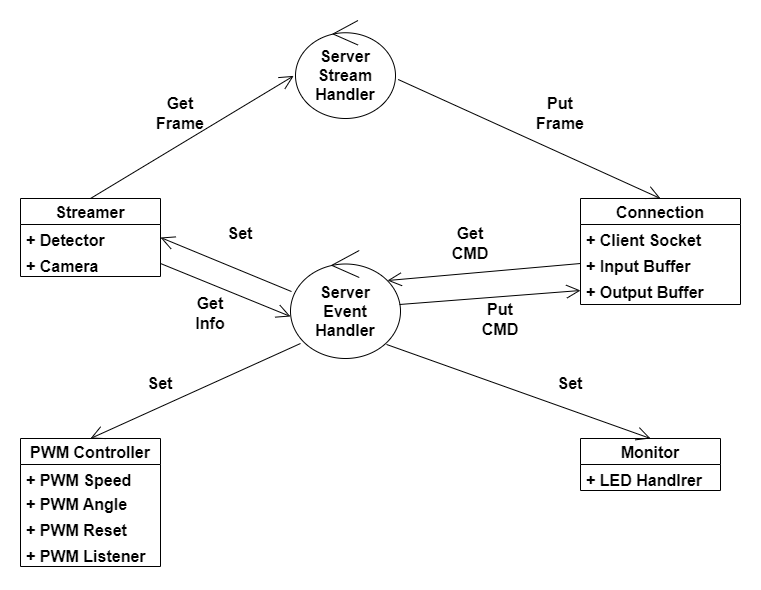
Above: docs/SoftwareArchitecture.png in k4Y53N/Server2 (draw.io), before the change. Source tidied: cells renumbered, new cells last; positions are measured from the earlier drawing's top-left corner, leaving out a move shared by most shapes.
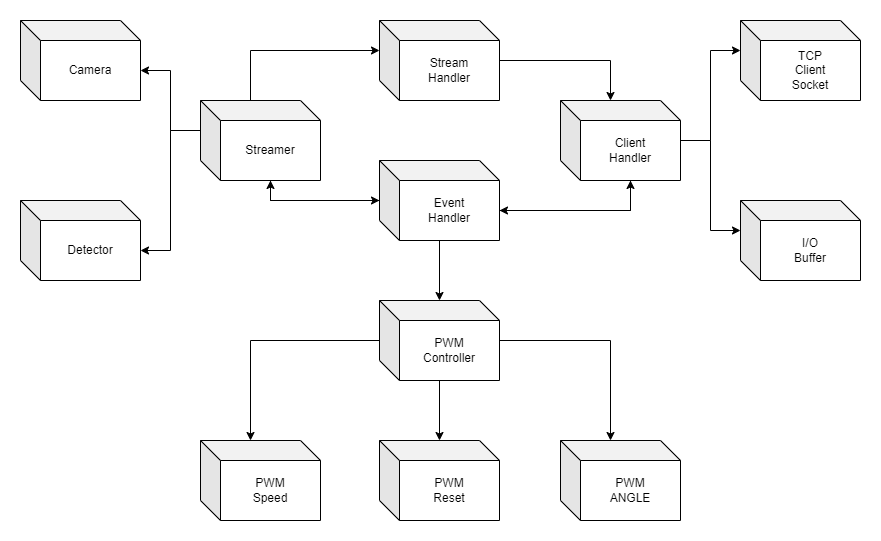
The same diagram one commit later.

Commit message:
remake software architecture picture 	modified:   docs/SoftwareArchitecture.png

Change to the diagram source:
```diff
@@ -2,101 +2,83 @@
   <root>
     <mxCell id="0" />
     <mxCell id="1" parent="0" />
-    <mxCell id="2" value="Connection" style="swimlane;fontStyle=1;horizontal=1;startSize=26;fillColor=none;fontSize=16;" parent="1" vertex="1">
-      <mxGeometry x="560" y="178" width="160" height="106" as="geometry" />
-    </mxCell>
-    <mxCell id="3" value="+ Client Socket" style="text;strokeColor=none;fillColor=none;align=left;verticalAlign=top;spacingLeft=4;spacingRight=4;overflow=hidden;fontSize=16;fontStyle=1;" parent="2" vertex="1">
-      <mxGeometry y="26" width="160" height="26" as="geometry" />
-    </mxCell>
-    <mxCell id="4" value="+ Input Buffer" style="text;strokeColor=none;fillColor=none;align=left;verticalAlign=top;spacingLeft=4;spacingRight=4;overflow=hidden;points=[[0,0.5],[1,0.5]];portConstraint=eastwest;fontStyle=1;fontSize=16;" parent="2" vertex="1">
-      <mxGeometry y="52" width="160" height="26" as="geometry" />
-    </mxCell>
-    <mxCell id="5" value="+ Output Buffer" style="text;strokeColor=none;fillColor=none;align=left;verticalAlign=top;spacingLeft=4;spacingRight=4;overflow=hidden;points=[[0,0.5],[1,0.5]];portConstraint=eastwest;fontStyle=1;fontSize=16;" parent="2" vertex="1">
-      <mxGeometry y="78" width="160" height="28" as="geometry" />
-    </mxCell>
+    <mxCell id="34" style="edgeStyle=orthogonalEdgeStyle;rounded=0;jettySize=auto;html=1;" parent="1" edge="1" source="37" target="9">
+      <mxGeometry relative="1" as="geometry" />
+    </mxCell>
+    <mxCell id="35" style="edgeStyle=orthogonalEdgeStyle;rounded=0;jettySize=auto;html=1;exitX=0;exitY=0;exitDx=120;exitDy=50;exitPerimeter=0;entryX=0;entryY=0;entryDx=70;entryDy=80;entryPerimeter=0;" parent="1" edge="1" source="37" target="43">
+      <mxGeometry relative="1" as="geometry" />
+    </mxCell>
+    <mxCell id="36" style="edgeStyle=orthogonalEdgeStyle;rounded=0;jettySize=auto;html=1;entryX=0;entryY=0;entryDx=70;entryDy=80;entryPerimeter=0;" parent="1" edge="1" source="37" target="6">
+      <mxGeometry relative="1" as="geometry" />
+    </mxCell>
+    <mxCell id="37" value="Event&lt;br&gt;Handler" style="shape=cube;whiteSpace=wrap;html=1;boundedLbl=1;backgroundOutline=1;darkOpacity=0.05;darkOpacity2=0.1;" parent="1" vertex="1">
+      <mxGeometry x="259" y="178" width="120" height="80" as="geometry" />
+    </mxCell>
+    <mxCell id="38" style="edgeStyle=orthogonalEdgeStyle;rounded=0;jettySize=auto;html=1;entryX=0;entryY=0;entryDx=50;entryDy=0;entryPerimeter=0;" parent="1" edge="1" source="39" target="43">
+      <mxGeometry relative="1" as="geometry" />
+    </mxCell>
+    <mxCell id="39" value="Stream&lt;br&gt;Handler" style="shape=cube;whiteSpace=wrap;html=1;boundedLbl=1;backgroundOutline=1;darkOpacity=0.05;darkOpacity2=0.1;" parent="1" vertex="1">
+      <mxGeometry x="259" y="38" width="120" height="80" as="geometry" />
+    </mxCell>
+    <mxCell id="40" style="edgeStyle=orthogonalEdgeStyle;rounded=0;jettySize=auto;html=1;exitX=0;exitY=0;exitDx=70;exitDy=80;exitPerimeter=0;entryX=0;entryY=0;entryDx=120;entryDy=50;entryPerimeter=0;" parent="1" edge="1" source="43" target="37">
+      <mxGeometry relative="1" as="geometry" />
+    </mxCell>
+    <mxCell id="41" style="edgeStyle=orthogonalEdgeStyle;rounded=0;jettySize=auto;html=1;entryX=0;entryY=0;entryDx=0;entryDy=30;entryPerimeter=0;" parent="1" edge="1" source="43" target="44">
+      <mxGeometry relative="1" as="geometry" />
+    </mxCell>
+    <mxCell id="42" style="edgeStyle=orthogonalEdgeStyle;rounded=0;jettySize=auto;html=1;entryX=0;entryY=0;entryDx=0;entryDy=30;entryPerimeter=0;" parent="1" edge="1" source="43" target="45">
+      <mxGeometry relative="1" as="geometry" />
+    </mxCell>
+    <mxCell id="43" value="Client&lt;br&gt;Handler" style="shape=cube;whiteSpace=wrap;html=1;boundedLbl=1;backgroundOutline=1;darkOpacity=0.05;darkOpacity2=0.1;" parent="1" vertex="1">
+      <mxGeometry x="440" y="118" width="120" height="80" as="geometry" />
+    </mxCell>
+    <mxCell id="44" value="TCP&lt;br&gt;Client&lt;br&gt;Socket" style="shape=cube;whiteSpace=wrap;html=1;boundedLbl=1;backgroundOutline=1;darkOpacity=0.05;darkOpacity2=0.1;" parent="1" vertex="1">
+      <mxGeometry x="620" y="38" width="120" height="80" as="geometry" />
+    </mxCell>
+    <mxCell id="45" value="I/O&lt;br&gt;Buffer" style="shape=cube;whiteSpace=wrap;html=1;boundedLbl=1;backgroundOutline=1;darkOpacity=0.05;darkOpacity2=0.1;" parent="1" vertex="1">
+      <mxGeometry x="620" y="218" width="120" height="80" as="geometry" />
+    </mxCell>
+    <mxCell id="46" style="edgeStyle=orthogonalEdgeStyle;rounded=0;jettySize=auto;html=1;entryX=0;entryY=0;entryDx=50;entryDy=0;entryPerimeter=0;" parent="1" edge="1" source="9" target="49">
+      <mxGeometry relative="1" as="geometry" />
+    </mxCell>
+    <mxCell id="47" style="edgeStyle=orthogonalEdgeStyle;rounded=0;jettySize=auto;html=1;entryX=0;entryY=0;entryDx=50;entryDy=0;entryPerimeter=0;" parent="1" edge="1" source="9" target="50">
+      <mxGeometry relative="1" as="geometry" />
+    </mxCell>
+    <mxCell id="48" style="edgeStyle=orthogonalEdgeStyle;rounded=0;jettySize=auto;html=1;" parent="1" edge="1" source="9" target="51">
+      <mxGeometry relative="1" as="geometry" />
+    </mxCell>
+    <mxCell id="9" value="PWM&lt;br&gt;Controller" style="shape=cube;whiteSpace=wrap;html=1;boundedLbl=1;backgroundOutline=1;darkOpacity=0.05;darkOpacity2=0.1;" parent="1" vertex="1">
+      <mxGeometry x="259" y="318" width="120" height="80" as="geometry" />
+    </mxCell>
+    <mxCell id="49" value="PWM&lt;br&gt;Speed" style="shape=cube;whiteSpace=wrap;html=1;boundedLbl=1;backgroundOutline=1;darkOpacity=0.05;darkOpacity2=0.1;" parent="1" vertex="1">
+      <mxGeometry x="80" y="458" width="120" height="80" as="geometry" />
+    </mxCell>
+    <mxCell id="50" value="PWM&lt;br&gt;ANGLE" style="shape=cube;whiteSpace=wrap;html=1;boundedLbl=1;backgroundOutline=1;darkOpacity=0.05;darkOpacity2=0.1;" parent="1" vertex="1">
+      <mxGeometry x="440" y="458" width="120" height="80" as="geometry" />
+    </mxCell>
+    <mxCell id="51" value="PWM&lt;br&gt;Reset" style="shape=cube;whiteSpace=wrap;html=1;boundedLbl=1;backgroundOutline=1;darkOpacity=0.05;darkOpacity2=0.1;" parent="1" vertex="1">
+      <mxGeometry x="259" y="458" width="120" height="80" as="geometry" />
+    </mxCell>
+    <mxCell id="52" style="edgeStyle=orthogonalEdgeStyle;rounded=0;jettySize=auto;html=1;exitX=0;exitY=0;exitDx=50;exitDy=0;exitPerimeter=0;entryX=0;entryY=0;entryDx=0;entryDy=30;entryPerimeter=0;" parent="1" edge="1" source="6" target="39">
+      <mxGeometry relative="1" as="geometry" />
+    </mxCell>
+    <mxCell id="53" style="edgeStyle=orthogonalEdgeStyle;rounded=0;jettySize=auto;html=1;exitX=0;exitY=0;exitDx=0;exitDy=30;exitPerimeter=0;entryX=0;entryY=0;entryDx=120;entryDy=50;entryPerimeter=0;" parent="1" edge="1" source="6" target="56">
+      <mxGeometry relative="1" as="geometry" />
+    </mxCell>
+    <mxCell id="54" style="edgeStyle=orthogonalEdgeStyle;rounded=0;jettySize=auto;html=1;exitX=0;exitY=0;exitDx=0;exitDy=30;exitPerimeter=0;entryX=0;entryY=0;entryDx=120;entryDy=50;entryPerimeter=0;" parent="1" edge="1" source="6" target="57">
+      <mxGeometry relative="1" as="geometry" />
+    </mxCell>
+    <mxCell id="55" style="edgeStyle=orthogonalEdgeStyle;rounded=0;jettySize=auto;html=1;exitX=0;exitY=0;exitDx=70;exitDy=80;exitPerimeter=0;" parent="1" edge="1" source="6" target="37">
+      <mxGeometry relative="1" as="geometry" />
+    </mxCell>
-    <mxCell id="6" value="Streamer" style="swimlane;fontStyle=1;horizontal=1;startSize=26;fillColor=none;fontSize=16;" parent="1" vertex="1">
-      <mxGeometry y="178" width="140" height="78" as="geometry" />
+    <mxCell id="6" value="Streamer" style="shape=cube;whiteSpace=wrap;html=1;boundedLbl=1;backgroundOutline=1;darkOpacity=0.05;darkOpacity2=0.1;" parent="1" vertex="1">
+      <mxGeometry x="80" y="118" width="120" height="80" as="geometry" />
     </mxCell>
-    <mxCell id="7" value="+ Detector" style="text;strokeColor=none;fillColor=none;align=left;verticalAlign=top;spacingLeft=4;spacingRight=4;overflow=hidden;points=[[0,0.5],[1,0.5]];portConstraint=eastwest;fontSize=16;fontStyle=1;" parent="6" vertex="1">
-      <mxGeometry y="26" width="140" height="26" as="geometry" />
-    </mxCell>
-    <mxCell id="8" value="+ Camera" style="text;strokeColor=none;fillColor=none;align=left;verticalAlign=top;spacingLeft=4;spacingRight=4;overflow=hidden;points=[[0,0.5],[1,0.5]];portConstraint=eastwest;fontSize=16;fontStyle=1;" parent="6" vertex="1">
-      <mxGeometry y="52" width="140" height="26" as="geometry" />
-    </mxCell>
-    <mxCell id="9" value="PWM Controller" style="swimlane;fontStyle=1;horizontal=1;startSize=26;fillColor=none;fontSize=16;" parent="1" vertex="1">
-      <mxGeometry y="418" width="140" height="128" as="geometry" />
-    </mxCell>
-    <mxCell id="10" value="+ PWM Speed" style="text;strokeColor=none;fillColor=none;align=left;verticalAlign=top;spacingLeft=4;spacingRight=4;overflow=hidden;fontSize=16;fontStyle=1;" parent="9" vertex="1">
-      <mxGeometry y="26" width="140" height="24" as="geometry" />
-    </mxCell>
-    <mxCell id="11" value="+ PWM Angle" style="text;strokeColor=none;fillColor=none;align=left;verticalAlign=top;spacingLeft=4;spacingRight=4;overflow=hidden;fontSize=16;fontStyle=1;" parent="9" vertex="1">
-      <mxGeometry y="50" width="140" height="26" as="geometry" />
-    </mxCell>
-    <mxCell id="12" value="+ PWM Reset" style="text;strokeColor=none;fillColor=none;align=left;verticalAlign=top;spacingLeft=4;spacingRight=4;overflow=hidden;fontSize=16;fontStyle=1;" parent="9" vertex="1">
-      <mxGeometry y="76" width="140" height="26" as="geometry" />
-    </mxCell>
-    <mxCell id="13" value="+ PWM Listener" style="text;strokeColor=none;fillColor=none;align=left;verticalAlign=top;spacingLeft=4;spacingRight=4;overflow=hidden;fontSize=16;fontStyle=1;" parent="9" vertex="1">
-      <mxGeometry y="102" width="140" height="26" as="geometry" />
-    </mxCell>
-    <mxCell id="14" value="Monitor" style="swimlane;fontStyle=1;horizontal=1;startSize=26;fillColor=none;fontSize=16;" parent="1" vertex="1">
-      <mxGeometry x="560" y="418" width="140" height="52" as="geometry" />
-    </mxCell>
-    <mxCell id="15" value="+ LED Handlrer" style="text;strokeColor=none;fillColor=none;align=left;verticalAlign=top;spacingLeft=4;spacingRight=4;overflow=hidden;fontSize=16;fontStyle=1;" parent="14" vertex="1">
-      <mxGeometry y="26" width="140" height="26" as="geometry" />
-    </mxCell>
-    <mxCell id="16" value="&lt;b&gt;Server&lt;br&gt;Event&lt;br&gt;Handler&lt;/b&gt;" style="ellipse;shape=umlControl;whiteSpace=wrap;html=1;fontSize=16;" parent="1" vertex="1">
-      <mxGeometry x="270" y="230" width="110" height="108" as="geometry" />
-    </mxCell>
-    <mxCell id="17" value="&lt;b&gt;Server&lt;br&gt;Stream&lt;br&gt;Handler&lt;/b&gt;" style="ellipse;shape=umlControl;whiteSpace=wrap;html=1;fontSize=16;" parent="1" vertex="1">
-      <mxGeometry x="275" width="100" height="98" as="geometry" />
-    </mxCell>
-    <mxCell id="18" style="endArrow=open;endFill=1;endSize=12;html=1;rounded=0;fontSize=16;entryX=-0.018;entryY=0.565;entryDx=0;entryDy=0;entryPerimeter=0;exitX=0.5;exitY=0;exitDx=0;exitDy=0;" parent="1" edge="1" source="6" target="17">
-      <mxGeometry relative="1" as="geometry" />
-    </mxCell>
-    <mxCell id="19" value="&lt;b&gt;Get Frame&lt;br&gt;&lt;/b&gt;" style="text;html=1;strokeColor=none;fillColor=none;align=center;verticalAlign=middle;whiteSpace=wrap;rounded=0;fontSize=16;" parent="1" vertex="1">
-      <mxGeometry x="130" y="78" width="60" height="30" as="geometry" />
-    </mxCell>
-    <mxCell id="20" style="endArrow=open;endFill=1;endSize=12;html=1;rounded=0;fontSize=16;exitX=1.027;exitY=0.602;exitDx=0;exitDy=0;exitPerimeter=0;entryX=0.5;entryY=0;entryDx=0;entryDy=0;" parent="1" edge="1" source="17" target="2">
-      <mxGeometry relative="1" as="geometry" />
-    </mxCell>
-    <mxCell id="21" value="&lt;b&gt;Put&lt;br&gt;Frame&lt;br&gt;&lt;/b&gt;" style="text;html=1;strokeColor=none;fillColor=none;align=center;verticalAlign=middle;whiteSpace=wrap;rounded=0;fontSize=16;" parent="1" vertex="1">
-      <mxGeometry x="510" y="78" width="60" height="30" as="geometry" />
-    </mxCell>
-    <mxCell id="22" style="endArrow=open;endFill=1;endSize=12;html=1;rounded=0;fontSize=16;exitX=0.873;exitY=0.87;exitDx=0;exitDy=0;exitPerimeter=0;entryX=0.5;entryY=0;entryDx=0;entryDy=0;" parent="1" edge="1" source="16" target="14">
-      <mxGeometry relative="1" as="geometry" />
-    </mxCell>
-    <mxCell id="23" style="endArrow=open;endFill=1;endSize=12;html=1;rounded=0;fontSize=16;exitX=0.009;exitY=0.38;exitDx=0;exitDy=0;exitPerimeter=0;entryX=1;entryY=0.5;entryDx=0;entryDy=0;" parent="1" edge="1" source="16" target="7">
-      <mxGeometry relative="1" as="geometry" />
-    </mxCell>
-    <mxCell id="24" style="endArrow=open;endFill=1;endSize=12;html=1;rounded=0;fontSize=16;exitX=0.091;exitY=0.861;exitDx=0;exitDy=0;exitPerimeter=0;entryX=0.5;entryY=0;entryDx=0;entryDy=0;" parent="1" edge="1" source="16" target="9">
-      <mxGeometry relative="1" as="geometry" />
-    </mxCell>
-    <mxCell id="25" value="&lt;b&gt;Set&lt;/b&gt;" style="text;html=1;strokeColor=none;fillColor=none;align=center;verticalAlign=middle;whiteSpace=wrap;rounded=0;fontSize=16;" parent="1" vertex="1">
-      <mxGeometry x="520" y="348" width="60" height="30" as="geometry" />
-    </mxCell>
-    <mxCell id="26" value="&lt;b&gt;Set&lt;/b&gt;" style="text;html=1;strokeColor=none;fillColor=none;align=center;verticalAlign=middle;whiteSpace=wrap;rounded=0;fontSize=16;" parent="1" vertex="1">
-      <mxGeometry x="110" y="348" width="60" height="30" as="geometry" />
-    </mxCell>
-    <mxCell id="27" value="&lt;b&gt;Set&lt;/b&gt;" style="text;html=1;strokeColor=none;fillColor=none;align=center;verticalAlign=middle;whiteSpace=wrap;rounded=0;fontSize=16;" parent="1" vertex="1">
-      <mxGeometry x="190" y="198" width="60" height="30" as="geometry" />
-    </mxCell>
-    <mxCell id="28" style="endArrow=open;endFill=1;endSize=12;html=1;rounded=0;fontSize=16;exitX=1;exitY=0.5;exitDx=0;exitDy=0;entryX=0;entryY=0.611;entryDx=0;entryDy=0;entryPerimeter=0;" parent="1" edge="1" source="8" target="16">
-      <mxGeometry relative="1" as="geometry" />
-    </mxCell>
-    <mxCell id="29" value="&lt;b&gt;Get Info&lt;br&gt;&lt;/b&gt;" style="text;html=1;strokeColor=none;fillColor=none;align=center;verticalAlign=middle;whiteSpace=wrap;rounded=0;fontSize=16;" parent="1" vertex="1">
-      <mxGeometry x="160" y="278" width="60" height="30" as="geometry" />
-    </mxCell>
-    <mxCell id="30" value="&lt;b&gt;Get CMD&lt;br&gt;&lt;/b&gt;" style="text;html=1;strokeColor=none;fillColor=none;align=center;verticalAlign=middle;whiteSpace=wrap;rounded=0;fontSize=16;" parent="1" vertex="1">
-      <mxGeometry x="420" y="208" width="60" height="30" as="geometry" />
-    </mxCell>
-    <mxCell id="31" style="endArrow=open;endFill=1;endSize=12;html=1;rounded=0;fontSize=16;exitX=0;exitY=0.5;exitDx=0;exitDy=0;entryX=0.882;entryY=0.278;entryDx=0;entryDy=0;entryPerimeter=0;" parent="1" edge="1" source="4" target="16">
-      <mxGeometry relative="1" as="geometry" />
-    </mxCell>
-    <mxCell id="32" style="endArrow=open;endFill=1;endSize=12;html=1;rounded=0;fontSize=16;exitX=0.991;exitY=0.5;exitDx=0;exitDy=0;exitPerimeter=0;entryX=0;entryY=0.5;entryDx=0;entryDy=0;" parent="1" edge="1" source="16" target="5">
-      <mxGeometry relative="1" as="geometry" />
-    </mxCell>
-    <mxCell id="33" value="&lt;b&gt;Put&lt;br&gt;CMD&lt;br&gt;&lt;/b&gt;" style="text;html=1;strokeColor=none;fillColor=none;align=center;verticalAlign=middle;whiteSpace=wrap;rounded=0;fontSize=16;" parent="1" vertex="1">
-      <mxGeometry x="450" y="284" width="60" height="30" as="geometry" />
-    </mxCell>
+    <mxCell id="56" value="Camera" style="shape=cube;whiteSpace=wrap;html=1;boundedLbl=1;backgroundOutline=1;darkOpacity=0.05;darkOpacity2=0.1;" parent="1" vertex="1">
+      <mxGeometry x="-100" y="38" width="120" height="80" as="geometry" />
+    </mxCell>
+    <mxCell id="57" value="Detector" style="shape=cube;whiteSpace=wrap;html=1;boundedLbl=1;backgroundOutline=1;darkOpacity=0.05;darkOpacity2=0.1;" parent="1" vertex="1">
+      <mxGeometry x="-100" y="218" width="120" height="80" as="geometry" />
+    </mxCell>
   </root>
 </mxGraphModel>
```
